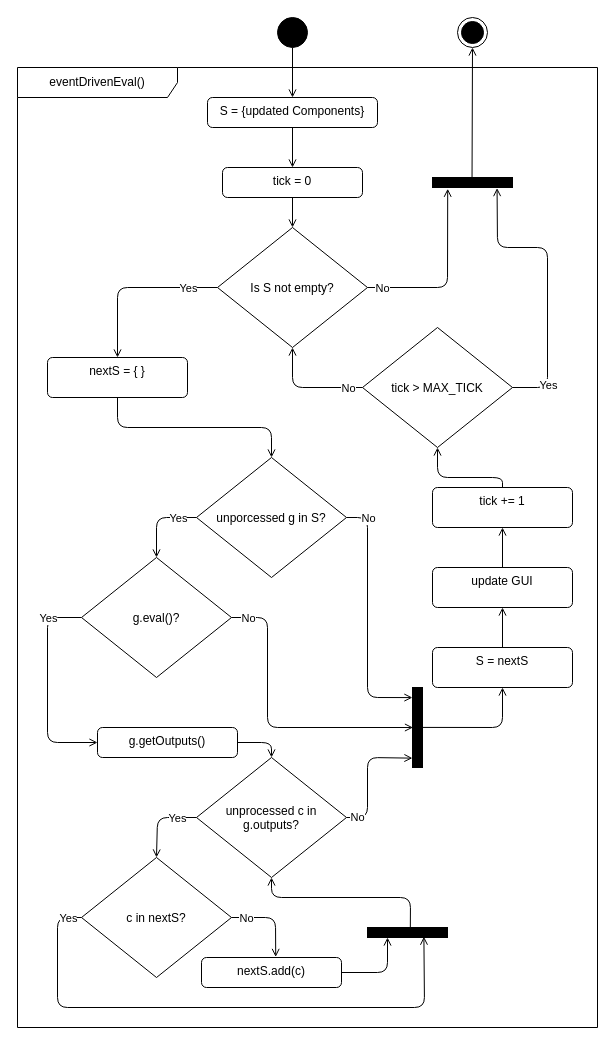
Earlier version of the draw.io diagram ActivityEventdriven.drawio (Vlogenz/ICT-Project). Source tidied: cells renumbered, new cells numbered last; positions are measured from the earlier drawing's top-left corner, leaving out a move shared by most shapes. Both pictures are drawn from the tidied source at 100%, with x=0, y=0 at pixel (17, 17).
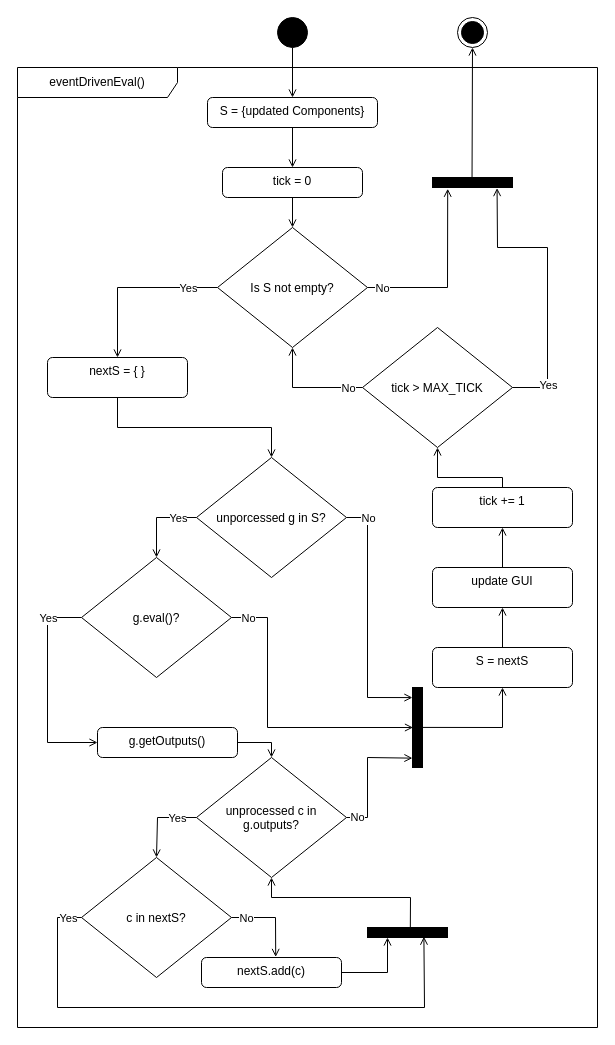
After the change.

Unchanged cells that the change refers to:
```xml
<mxCell id="2" style="ellipse;html=1;fillColor=#000000;" parent="1" vertex="1">
  <mxGeometry x="260" width="30" height="30" as="geometry" />
</mxCell>
<mxCell id="5" value="S = {updated Components}" style="html=1;align=center;verticalAlign=top;rounded=1;absoluteArcSize=1;arcSize=10;dashed=0;whiteSpace=wrap;" parent="1" vertex="1">
  <mxGeometry x="190" y="80" width="170" height="30" as="geometry" />
</mxCell>
<mxCell id="7" value="tick = 0" style="html=1;align=center;verticalAlign=top;rounded=1;absoluteArcSize=1;arcSize=10;dashed=0;whiteSpace=wrap;" parent="1" vertex="1">
  <mxGeometry x="205" y="150" width="140" height="30" as="geometry" />
</mxCell>
<mxCell id="10" value="Is S not empty?" style="rhombus;" parent="1" vertex="1">
  <mxGeometry x="200" y="210" width="150" height="120" as="geometry" />
</mxCell>
<mxCell id="12" value="nextS = { }" style="html=1;align=center;verticalAlign=top;rounded=1;absoluteArcSize=1;arcSize=10;dashed=0;whiteSpace=wrap;" parent="1" vertex="1">
  <mxGeometry x="30" y="340" width="140" height="40" as="geometry" />
</mxCell>
<mxCell id="15" value="unporcessed g in S?" style="rhombus;" parent="1" vertex="1">
  <mxGeometry x="179" y="440" width="150" height="120" as="geometry" />
</mxCell>
<mxCell id="18" value="g.eval()?" style="rhombus;" parent="1" vertex="1">
  <mxGeometry x="64" y="540" width="150" height="120" as="geometry" />
</mxCell>
<mxCell id="20" value="g.getOutputs()" style="html=1;align=center;verticalAlign=top;rounded=1;absoluteArcSize=1;arcSize=10;dashed=0;whiteSpace=wrap;" parent="1" vertex="1">
  <mxGeometry x="80" y="710" width="140" height="30" as="geometry" />
</mxCell>
<mxCell id="23" value="unprocessed c in&#10;g.outputs?" style="rhombus;" parent="1" vertex="1">
  <mxGeometry x="179" y="740" width="150" height="120" as="geometry" />
</mxCell>
<mxCell id="24" value="c in nextS?" style="rhombus;" parent="1" vertex="1">
  <mxGeometry x="64" y="840" width="150" height="120" as="geometry" />
</mxCell>
<mxCell id="25" style="html=1;points=[];perimeter=orthogonalPerimeter;fillColor=strokeColor;direction=south;" parent="1" vertex="1">
  <mxGeometry x="350" y="910" width="80" height="10" as="geometry" />
</mxCell>
<mxCell id="27" value="nextS.add(c)" style="html=1;align=center;verticalAlign=top;rounded=1;absoluteArcSize=1;arcSize=10;dashed=0;whiteSpace=wrap;" parent="1" vertex="1">
  <mxGeometry x="184" y="940" width="140" height="30" as="geometry" />
</mxCell>
<mxCell id="33" style="html=1;points=[];perimeter=orthogonalPerimeter;fillColor=strokeColor;" parent="1" vertex="1">
  <mxGeometry x="395" y="670" width="10" height="80" as="geometry" />
</mxCell>
<mxCell id="41" value="S = nextS" style="html=1;align=center;verticalAlign=top;rounded=1;absoluteArcSize=1;arcSize=10;dashed=0;whiteSpace=wrap;" parent="1" vertex="1">
  <mxGeometry x="415" y="630" width="140" height="40" as="geometry" />
</mxCell>
<mxCell id="43" value="update GUI" style="html=1;align=center;verticalAlign=top;rounded=1;absoluteArcSize=1;arcSize=10;dashed=0;whiteSpace=wrap;" parent="1" vertex="1">
  <mxGeometry x="415" y="550" width="140" height="40" as="geometry" />
</mxCell>
<mxCell id="45" value="tick += 1" style="html=1;align=center;verticalAlign=top;rounded=1;absoluteArcSize=1;arcSize=10;dashed=0;whiteSpace=wrap;" parent="1" vertex="1">
  <mxGeometry x="415" y="470" width="140" height="40" as="geometry" />
</mxCell>
<mxCell id="48" value="tick &gt; MAX_TICK" style="rhombus;" parent="1" vertex="1">
  <mxGeometry x="345" y="310" width="150" height="120" as="geometry" />
</mxCell>
<mxCell id="49" style="html=1;points=[];perimeter=orthogonalPerimeter;fillColor=strokeColor;direction=south;" parent="1" vertex="1">
  <mxGeometry x="415" y="160" width="80" height="10" as="geometry" />
</mxCell>
<mxCell id="55" style="ellipse;html=1;shape=endState;fillColor=strokeColor;" parent="1" vertex="1">
  <mxGeometry x="440" width="30" height="30" as="geometry" />
</mxCell>
```

Change to the diagram source:
```diff
@@
-    <mxCell id="3" style="endArrow=open;html=1;rounded=0;align=center;verticalAlign=top;endFill=0;labelBackgroundColor=none;endSize=6;" parent="1" edge="1" source="2" target="5">
+    <mxCell id="3" style="endArrow=open;html=1;rounded=0;align=center;verticalAlign=top;endFill=0;labelBackgroundColor=none;endSize=6;curved=0;" parent="1" edge="1" source="2" target="5">
       <mxGeometry relative="1" as="geometry" />
     </mxCell>
-    <mxCell id="4" style="edgeStyle=none;html=1;exitX=0.5;exitY=1;exitDx=0;exitDy=0;endArrow=open;endFill=0;" parent="1" edge="1" source="5" target="7">
+    <mxCell id="4" style="edgeStyle=none;html=1;exitX=0.5;exitY=1;exitDx=0;exitDy=0;endArrow=open;endFill=0;rounded=0;curved=0;" parent="1" edge="1" source="5" target="7">
       <mxGeometry relative="1" as="geometry" />
     </mxCell>
@@
-    <mxCell id="6" style="edgeStyle=none;html=1;exitX=0.5;exitY=1;exitDx=0;exitDy=0;entryX=0.5;entryY=0;entryDx=0;entryDy=0;endArrow=open;endFill=0;" parent="1" edge="1" source="7" target="10">
+    <mxCell id="6" style="edgeStyle=none;html=1;exitX=0.5;exitY=1;exitDx=0;exitDy=0;entryX=0.5;entryY=0;entryDx=0;entryDy=0;endArrow=open;endFill=0;rounded=0;curved=0;" parent="1" edge="1" source="7" target="10">
       <mxGeometry relative="1" as="geometry" />
     </mxCell>
@@
-    <mxCell id="8" style="edgeStyle=none;html=1;exitX=0;exitY=0.5;exitDx=0;exitDy=0;entryX=0.5;entryY=0;entryDx=0;entryDy=0;endArrow=open;endFill=0;" parent="1" edge="1" source="10" target="12">
+    <mxCell id="8" style="edgeStyle=none;html=1;exitX=0;exitY=0.5;exitDx=0;exitDy=0;entryX=0.5;entryY=0;entryDx=0;entryDy=0;endArrow=open;endFill=0;rounded=0;curved=0;" parent="1" edge="1" source="10" target="12">
       <mxGeometry relative="1" as="geometry">
         <Array as="points">
           <mxPoint x="100" y="270" />
         </Array>
       </mxGeometry>
     </mxCell>
@@
-    <mxCell id="11" style="edgeStyle=none;html=1;exitX=0.5;exitY=1;exitDx=0;exitDy=0;entryX=0.5;entryY=0;entryDx=0;entryDy=0;endArrow=open;endFill=0;" parent="1" edge="1" source="12" target="15">
+    <mxCell id="11" style="edgeStyle=none;html=1;exitX=0.5;exitY=1;exitDx=0;exitDy=0;entryX=0.5;entryY=0;entryDx=0;entryDy=0;endArrow=open;endFill=0;rounded=0;curved=0;" parent="1" edge="1" source="12" target="15">
       <mxGeometry relative="1" as="geometry">
         <Array as="points">
           <mxPoint x="100" y="410" />
           <mxPoint x="254" y="410" />
         </Array>
       </mxGeometry>
     </mxCell>
@@
-    <mxCell id="13" style="edgeStyle=none;html=1;exitX=0;exitY=0.5;exitDx=0;exitDy=0;entryX=0.5;entryY=0;entryDx=0;entryDy=0;endArrow=open;endFill=0;" parent="1" edge="1" source="15" target="18">
+    <mxCell id="13" style="edgeStyle=none;html=1;exitX=0;exitY=0.5;exitDx=0;exitDy=0;entryX=0.5;entryY=0;entryDx=0;entryDy=0;endArrow=open;endFill=0;rounded=0;curved=0;" parent="1" edge="1" source="15" target="18">
       <mxGeometry relative="1" as="geometry">
         <Array as="points">
           <mxPoint x="139" y="500" />
         </Array>
       </mxGeometry>
     </mxCell>
@@
-    <mxCell id="16" style="edgeStyle=none;html=1;exitX=0;exitY=0.5;exitDx=0;exitDy=0;entryX=0;entryY=0.5;entryDx=0;entryDy=0;endArrow=open;endFill=0;" parent="1" edge="1" source="18" target="20">
+    <mxCell id="16" style="edgeStyle=none;html=1;exitX=0;exitY=0.5;exitDx=0;exitDy=0;entryX=0;entryY=0.5;entryDx=0;entryDy=0;endArrow=open;endFill=0;rounded=0;curved=0;" parent="1" edge="1" source="18" target="20">
       <mxGeometry relative="1" as="geometry">
         <Array as="points">
           <mxPoint x="30" y="600" />
           <mxPoint x="30" y="725" />
         </Array>
       </mxGeometry>
     </mxCell>
@@
-    <mxCell id="19" style="edgeStyle=none;html=1;exitX=1;exitY=0.5;exitDx=0;exitDy=0;entryX=0.5;entryY=0;entryDx=0;entryDy=0;endArrow=open;endFill=0;" parent="1" edge="1" source="20" target="23">
+    <mxCell id="19" style="edgeStyle=none;html=1;exitX=1;exitY=0.5;exitDx=0;exitDy=0;entryX=0.5;entryY=0;entryDx=0;entryDy=0;endArrow=open;endFill=0;rounded=0;curved=0;" parent="1" edge="1" source="20" target="23">
       <mxGeometry relative="1" as="geometry">
         <Array as="points">
           <mxPoint x="254" y="725" />
         </Array>
       </mxGeometry>
     </mxCell>
@@
-    <mxCell id="21" style="edgeStyle=none;html=1;exitX=0;exitY=0.5;exitDx=0;exitDy=0;entryX=0.5;entryY=0;entryDx=0;entryDy=0;endArrow=open;endFill=0;" parent="1" edge="1" source="23" target="24">
+    <mxCell id="21" style="edgeStyle=none;html=1;exitX=0;exitY=0.5;exitDx=0;exitDy=0;entryX=0.5;entryY=0;entryDx=0;entryDy=0;endArrow=open;endFill=0;rounded=0;curved=0;" parent="1" edge="1" source="23" target="24">
       <mxGeometry relative="1" as="geometry">
         <Array as="points">
           <mxPoint x="140" y="800" />
         </Array>
       </mxGeometry>
     </mxCell>
@@
-    <mxCell id="26" style="edgeStyle=none;html=1;exitX=0.366;exitY=0.465;exitDx=0;exitDy=0;exitPerimeter=0;entryX=0.5;entryY=1;entryDx=0;entryDy=0;endArrow=open;endFill=0;" parent="1" edge="1" source="25" target="23">
+    <mxCell id="26" style="edgeStyle=none;html=1;exitX=0.366;exitY=0.465;exitDx=0;exitDy=0;exitPerimeter=0;entryX=0.5;entryY=1;entryDx=0;entryDy=0;endArrow=open;endFill=0;rounded=0;curved=0;" parent="1" edge="1" source="25" target="23">
       <mxGeometry relative="1" as="geometry">
         <Array as="points">
           <mxPoint x="393" y="880" />
           <mxPoint x="254" y="880" />
         </Array>
       </mxGeometry>
     </mxCell>
@@
-    <mxCell id="28" style="edgeStyle=none;html=1;exitX=1;exitY=0.5;exitDx=0;exitDy=0;entryX=0.53;entryY=-0.019;entryDx=0;entryDy=0;entryPerimeter=0;endArrow=open;endFill=0;" parent="1" edge="1" source="24" target="27">
+    <mxCell id="28" style="edgeStyle=none;html=1;exitX=1;exitY=0.5;exitDx=0;exitDy=0;entryX=0.53;entryY=-0.019;entryDx=0;entryDy=0;entryPerimeter=0;endArrow=open;endFill=0;rounded=0;curved=0;" parent="1" edge="1" source="24" target="27">
       <mxGeometry relative="1" as="geometry">
         <Array as="points">
           <mxPoint x="258" y="900" />
         </Array>
       </mxGeometry>
     </mxCell>
@@
-    <mxCell id="30" style="edgeStyle=none;html=1;exitX=1;exitY=0.5;exitDx=0;exitDy=0;endArrow=open;endFill=0;" parent="1" edge="1" source="27">
+    <mxCell id="30" style="edgeStyle=none;html=1;exitX=1;exitY=0.5;exitDx=0;exitDy=0;endArrow=open;endFill=0;rounded=0;curved=0;" parent="1" edge="1" source="27">
       <mxGeometry relative="1" as="geometry">
         <mxPoint x="370" y="920" as="targetPoint" />
         <Array as="points">
           <mxPoint x="370" y="955" />
         </Array>
       </mxGeometry>
     </mxCell>
-    <mxCell id="31" style="edgeStyle=none;html=1;exitX=0;exitY=0.5;exitDx=0;exitDy=0;entryX=0.918;entryY=0.295;entryDx=0;entryDy=0;entryPerimeter=0;endArrow=open;endFill=0;" parent="1" edge="1" source="24" target="25">
+    <mxCell id="31" style="edgeStyle=none;html=1;exitX=0;exitY=0.5;exitDx=0;exitDy=0;entryX=0.918;entryY=0.295;entryDx=0;entryDy=0;entryPerimeter=0;endArrow=open;endFill=0;rounded=0;curved=0;" parent="1" edge="1" source="24" target="25">
       <mxGeometry relative="1" as="geometry">
         <Array as="points">
           <mxPoint x="40" y="900" />
           <mxPoint x="40" y="990" />
           <mxPoint x="407" y="990" />
         </Array>
       </mxGeometry>
     </mxCell>
@@
-    <mxCell id="34" style="edgeStyle=none;html=1;exitX=1;exitY=0.5;exitDx=0;exitDy=0;entryX=-0.008;entryY=0.126;entryDx=0;entryDy=0;entryPerimeter=0;endArrow=open;endFill=0;" parent="1" edge="1" source="15" target="33">
+    <mxCell id="34" style="edgeStyle=none;html=1;exitX=1;exitY=0.5;exitDx=0;exitDy=0;entryX=-0.008;entryY=0.126;entryDx=0;entryDy=0;entryPerimeter=0;endArrow=open;endFill=0;rounded=0;curved=0;" parent="1" edge="1" source="15" target="33">
       <mxGeometry relative="1" as="geometry">
         <Array as="points">
           <mxPoint x="350" y="500" />
           <mxPoint x="350" y="680" />
         </Array>
       </mxGeometry>
     </mxCell>
@@
-    <mxCell id="36" style="edgeStyle=none;html=1;exitX=1;exitY=0.5;exitDx=0;exitDy=0;entryX=0.051;entryY=0.5;entryDx=0;entryDy=0;entryPerimeter=0;endArrow=open;endFill=0;" parent="1" edge="1" source="18" target="33">
+    <mxCell id="36" style="edgeStyle=none;html=1;exitX=1;exitY=0.5;exitDx=0;exitDy=0;entryX=0.051;entryY=0.5;entryDx=0;entryDy=0;entryPerimeter=0;endArrow=open;endFill=0;rounded=0;curved=0;" parent="1" edge="1" source="18" target="33">
       <mxGeometry relative="1" as="geometry">
         <Array as="points">
           <mxPoint x="250" y="600" />
           <mxPoint x="250" y="710" />
         </Array>
       </mxGeometry>
     </mxCell>
-    <mxCell id="37" style="edgeStyle=none;html=1;exitX=1;exitY=0.5;exitDx=0;exitDy=0;entryX=-0.007;entryY=0.883;entryDx=0;entryDy=0;entryPerimeter=0;endArrow=open;endFill=0;" parent="1" edge="1" source="23" target="33">
+    <mxCell id="37" style="edgeStyle=none;html=1;exitX=1;exitY=0.5;exitDx=0;exitDy=0;entryX=-0.007;entryY=0.883;entryDx=0;entryDy=0;entryPerimeter=0;endArrow=open;endFill=0;rounded=0;curved=0;" parent="1" edge="1" source="23" target="33">
       <mxGeometry relative="1" as="geometry">
         <Array as="points">
           <mxPoint x="350" y="800" />
           <mxPoint x="350" y="740" />
         </Array>
       </mxGeometry>
     </mxCell>
@@
-    <mxCell id="40" style="edgeStyle=none;html=1;exitX=0.5;exitY=0;exitDx=0;exitDy=0;entryX=0.5;entryY=1;entryDx=0;entryDy=0;endArrow=open;endFill=0;" parent="1" edge="1" source="41" target="43">
+    <mxCell id="40" style="edgeStyle=none;html=1;exitX=0.5;exitY=0;exitDx=0;exitDy=0;entryX=0.5;entryY=1;entryDx=0;entryDy=0;endArrow=open;endFill=0;rounded=0;curved=0;" parent="1" edge="1" source="41" target="43">
       <mxGeometry relative="1" as="geometry" />
     </mxCell>
@@
-    <mxCell id="42" style="edgeStyle=none;html=1;exitX=0.5;exitY=0;exitDx=0;exitDy=0;entryX=0.5;entryY=1;entryDx=0;entryDy=0;endArrow=open;endFill=0;" parent="1" edge="1" source="43" target="45">
+    <mxCell id="42" style="edgeStyle=none;html=1;exitX=0.5;exitY=0;exitDx=0;exitDy=0;entryX=0.5;entryY=1;entryDx=0;entryDy=0;endArrow=open;endFill=0;rounded=0;curved=0;" parent="1" edge="1" source="43" target="45">
       <mxGeometry relative="1" as="geometry" />
     </mxCell>
@@
-    <mxCell id="44" style="edgeStyle=none;html=1;exitX=0.5;exitY=0;exitDx=0;exitDy=0;entryX=0.5;entryY=1;entryDx=0;entryDy=0;endArrow=open;endFill=0;" parent="1" edge="1" source="45" target="48">
+    <mxCell id="44" style="edgeStyle=none;html=1;exitX=0.5;exitY=0;exitDx=0;exitDy=0;entryX=0.5;entryY=1;entryDx=0;entryDy=0;endArrow=open;endFill=0;rounded=0;curved=0;" parent="1" edge="1" source="45" target="48">
       <mxGeometry relative="1" as="geometry">
         <Array as="points">
           <mxPoint x="485" y="460" />
           <mxPoint x="420" y="460" />
         </Array>
       </mxGeometry>
     </mxCell>
@@
-    <mxCell id="46" style="edgeStyle=none;html=1;entryX=0.5;entryY=1;entryDx=0;entryDy=0;exitX=0;exitY=0.5;exitDx=0;exitDy=0;endArrow=open;endFill=0;" parent="1" edge="1" source="48" target="10">
+    <mxCell id="46" style="edgeStyle=none;html=1;entryX=0.5;entryY=1;entryDx=0;entryDy=0;exitX=0;exitY=0.5;exitDx=0;exitDy=0;endArrow=open;endFill=0;rounded=0;curved=0;" parent="1" edge="1" source="48" target="10">
       <mxGeometry relative="1" as="geometry">
         <Array as="points">
           <mxPoint x="275" y="370" />
         </Array>
       </mxGeometry>
     </mxCell>
@@
-    <mxCell id="50" style="edgeStyle=none;html=1;exitX=1;exitY=0.5;exitDx=0;exitDy=0;entryX=1.058;entryY=0.193;entryDx=0;entryDy=0;entryPerimeter=0;endArrow=open;endFill=0;" parent="1" edge="1" source="48" target="49">
+    <mxCell id="50" style="edgeStyle=none;html=1;exitX=1;exitY=0.5;exitDx=0;exitDy=0;entryX=1.058;entryY=0.193;entryDx=0;entryDy=0;entryPerimeter=0;endArrow=open;endFill=0;rounded=0;curved=0;" parent="1" edge="1" source="48" target="49">
       <mxGeometry relative="1" as="geometry">
         <Array as="points">
           <mxPoint x="530" y="370" />
           <mxPoint x="530" y="230" />
           <mxPoint x="480" y="230" />
         </Array>
       </mxGeometry>
     </mxCell>
@@
-    <mxCell id="52" style="edgeStyle=none;html=1;exitX=0.748;exitY=0.499;exitDx=0;exitDy=0;entryX=0.5;entryY=1;entryDx=0;entryDy=0;exitPerimeter=0;endArrow=open;endFill=0;" parent="1" edge="1" source="33" target="41">
+    <mxCell id="52" style="edgeStyle=none;html=1;exitX=0.748;exitY=0.499;exitDx=0;exitDy=0;entryX=0.5;entryY=1;entryDx=0;entryDy=0;exitPerimeter=0;endArrow=open;endFill=0;rounded=0;curved=0;" parent="1" edge="1" source="33" target="41">
       <mxGeometry relative="1" as="geometry">
         <Array as="points">
           <mxPoint x="485" y="710" />
         </Array>
       </mxGeometry>
     </mxCell>
-    <mxCell id="53" style="edgeStyle=none;html=1;exitX=1;exitY=0.5;exitDx=0;exitDy=0;entryX=1.127;entryY=0.81;entryDx=0;entryDy=0;entryPerimeter=0;endArrow=open;endFill=0;" parent="1" edge="1" source="10" target="49">
+    <mxCell id="53" style="edgeStyle=none;html=1;exitX=1;exitY=0.5;exitDx=0;exitDy=0;entryX=1.127;entryY=0.81;entryDx=0;entryDy=0;entryPerimeter=0;endArrow=open;endFill=0;rounded=0;curved=0;" parent="1" edge="1" source="10" target="49">
       <mxGeometry relative="1" as="geometry">
         <Array as="points">
           <mxPoint x="430" y="270" />
         </Array>
       </mxGeometry>
     </mxCell>
@@
-    <mxCell id="56" style="endArrow=open;html=1;rounded=0;align=center;verticalAlign=top;endFill=0;labelBackgroundColor=none;endSize=6;exitX=0.414;exitY=0.506;exitDx=0;exitDy=0;exitPerimeter=0;" parent="1" edge="1" source="49" target="55">
+    <mxCell id="56" style="endArrow=open;html=1;rounded=0;align=center;verticalAlign=top;endFill=0;labelBackgroundColor=none;endSize=6;exitX=0.414;exitY=0.506;exitDx=0;exitDy=0;exitPerimeter=0;curved=0;" parent="1" edge="1" source="49" target="55">
       <mxGeometry relative="1" as="geometry" />
     </mxCell>
```
